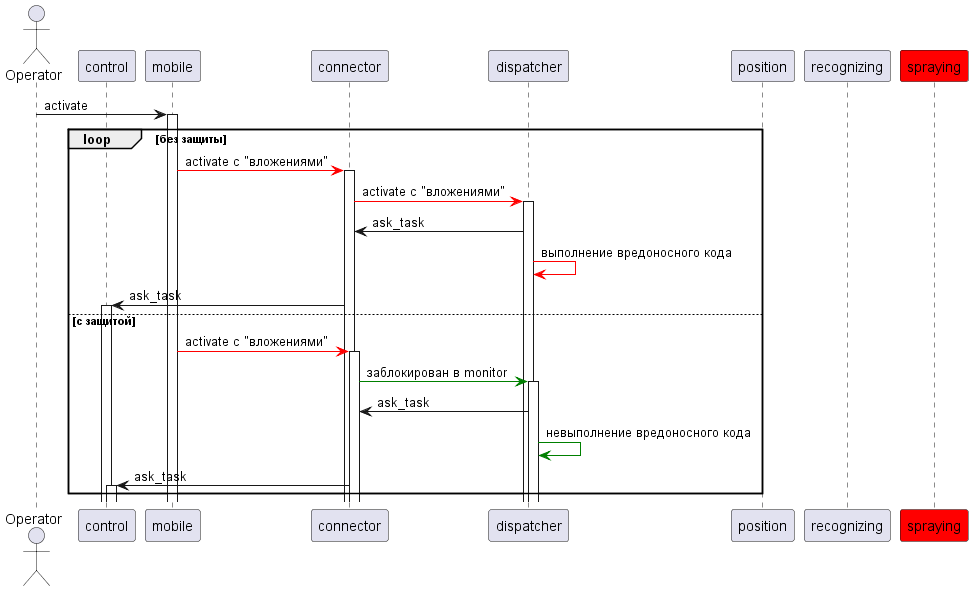
Above: pics/sd_5.png in sergey-sobolev/cyberimmune-systems-case-study-drone (PlantUML), before the change. Its diagram source:
```plantuml
@startuml
actor "Operator" as c
participant control
participant mobile
participant connector
participant dispatcher
participant position
participant recognizing
participant spraying #red



c -> mobile++: activate
loop без защиты
mobile -[#red]> connector++: activate с "вложениями"
connector -[#red]> dispatcher++: activate с "вложениями"
dispatcher -> connector: ask_task
dispatcher -[#red]> dispatcher: выполнение вредоносного кода
connector -> control++: ask_task
else с защитой
mobile -[#red]> connector++: activate с "вложениями"
connector -[#green]> dispatcher++: заблокирован в monitor
dispatcher -> connector: ask_task
dispatcher -[#green]> dispatcher: невыполнение вредоносного кода
connector -> control++: ask_task
end


@enduml
```
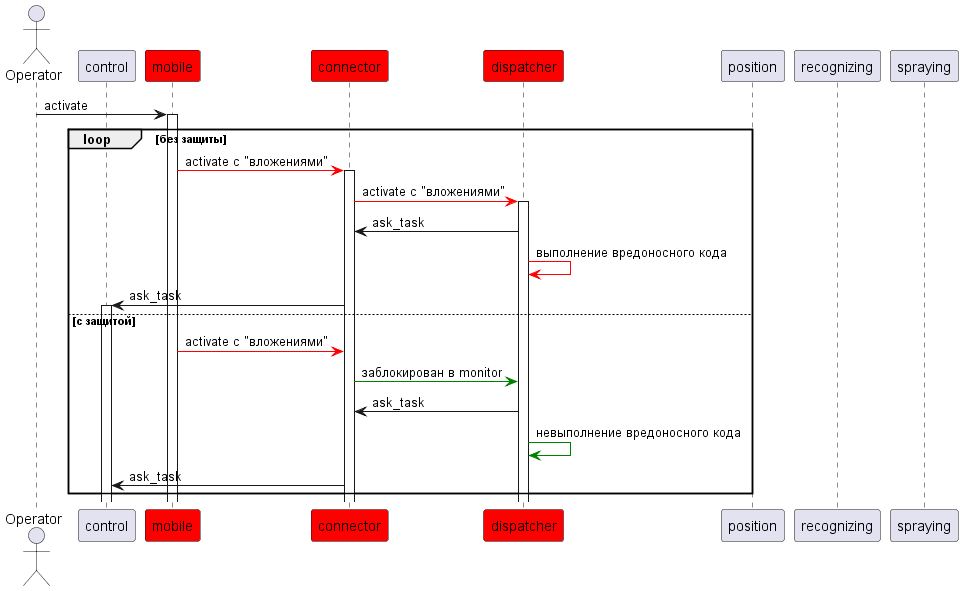
The same file after the commit.

Diff of the diagram source:
```diff
@@ -1,12 +1,12 @@
 @startuml
 actor "Operator" as c
 participant control
-participant mobile
-participant connector
-participant dispatcher
+participant mobile #red
+participant connector #red
+participant dispatcher #red
 participant position
 participant recognizing
-participant spraying #red
+participant spraying
 
 
 
@@ -18,11 +18,11 @@
 dispatcher -[#red]> dispatcher: выполнение вредоносного кода
 connector -> control++: ask_task
 else с защитой
-mobile -[#red]> connector++: activate с "вложениями"
-connector -[#green]> dispatcher++: заблокирован в monitor
+mobile -[#red]> connector: activate с "вложениями"
+connector -[#green]> dispatcher: заблокирован в monitor
 dispatcher -> connector: ask_task
 dispatcher -[#green]> dispatcher: невыполнение вредоносного кода
-connector -> control++: ask_task
+connector -> control: ask_task
 end
 
 
```
